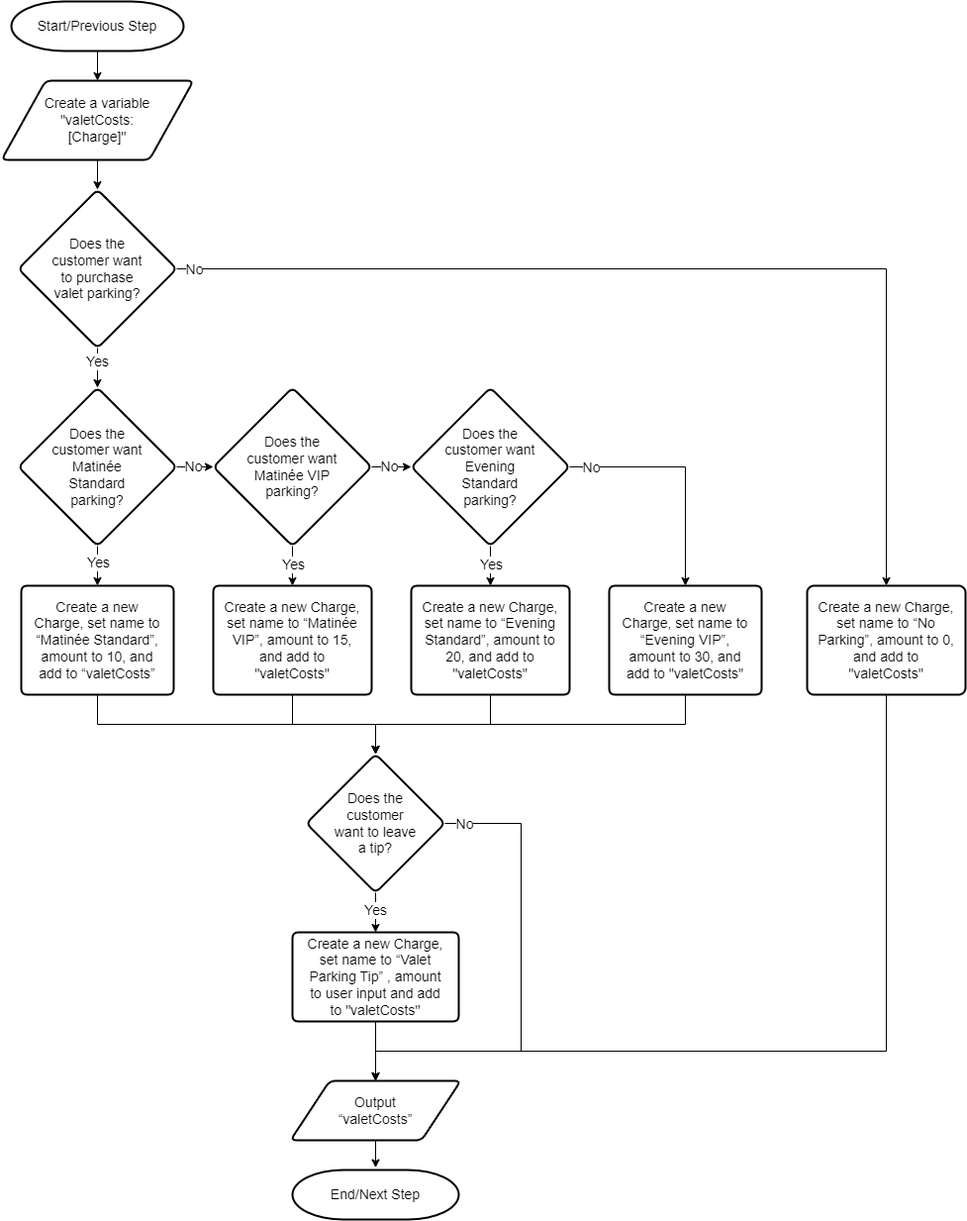
This is APS145NFF/W5/logic1-Luca Novello_part5.png from lucanovello/Winter-2024, a draw.io export, as it was before one commit. Source tidied: cells renumbered, new cells last; positions are measured from the earlier drawing's top-left corner, leaving out a move shared by most shapes.
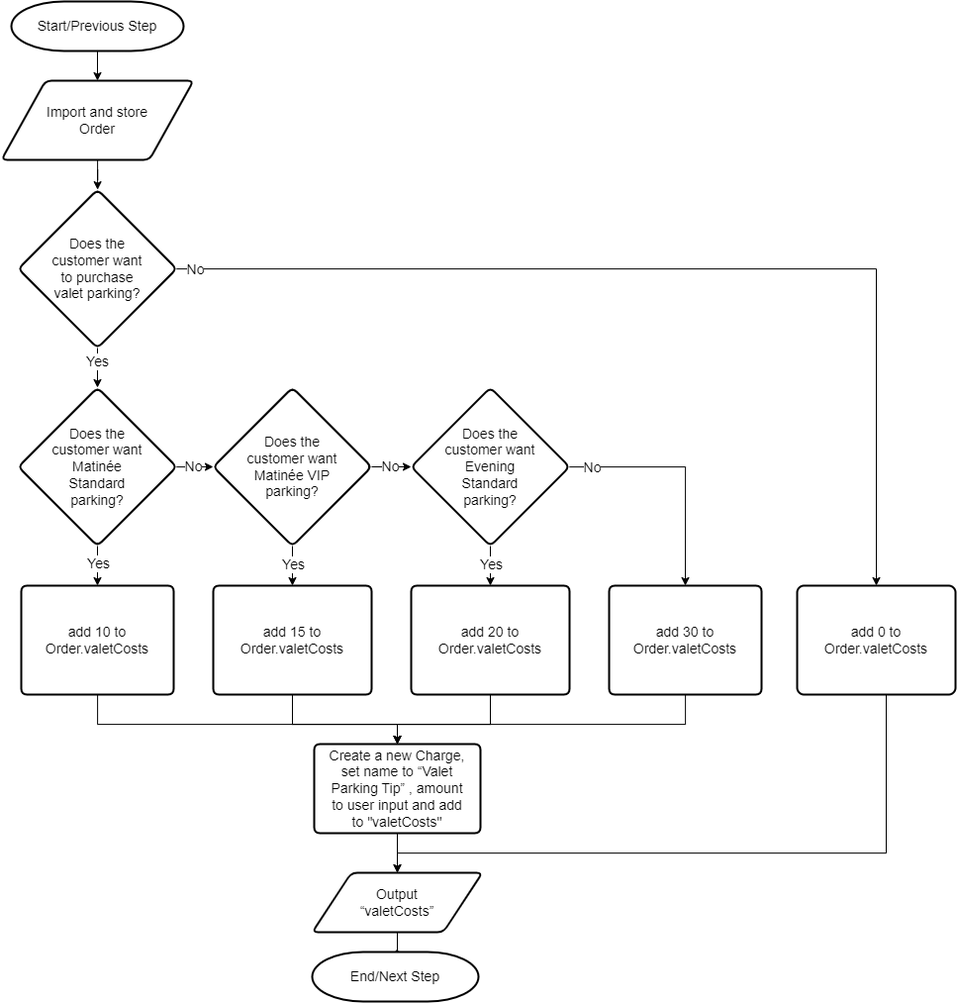
Above is the later version.

Diff of the diagram source:
```diff
@@ -31,45 +31,22 @@
       <mxGeometry relative="1" as="geometry" />
     </mxCell>
     <mxCell id="10" value="Output “valetCosts”" style="shape=parallelogram;html=1;strokeWidth=2;perimeter=parallelogramPerimeter;whiteSpace=wrap;rounded=1;arcSize=12;size=0.23;spacing=20;spacingTop=20;spacingBottom=20;spacingLeft=30;spacingRight=30;fontSize=14;" parent="1" vertex="1">
-      <mxGeometry x="292" y="1090" width="172" height="60" as="geometry" />
+      <mxGeometry x="314" y="880" width="172" height="60" as="geometry" />
     </mxCell>
     <mxCell id="11" style="edgeStyle=orthogonalEdgeStyle;rounded=0;jettySize=auto;html=1;" parent="1" edge="1" source="12" target="43">
       <mxGeometry relative="1" as="geometry" />
     </mxCell>
-    <mxCell id="12" value="&lt;div style=&quot;font-size: 14px;&quot;&gt;Create a variable &quot;valetCosts: [Charge]&quot;&lt;/div&gt;" style="shape=parallelogram;html=1;strokeWidth=2;perimeter=parallelogramPerimeter;whiteSpace=wrap;rounded=1;arcSize=12;size=0.23;spacing=20;spacingTop=20;spacingBottom=20;spacingLeft=20;spacingRight=20;fontSize=14;" parent="1" vertex="1">
+    <mxCell id="12" value="&lt;div style=&quot;font-size: 14px;&quot;&gt;Import and store Order&lt;/div&gt;" style="shape=parallelogram;html=1;strokeWidth=2;perimeter=parallelogramPerimeter;whiteSpace=wrap;rounded=1;arcSize=12;size=0.23;spacing=20;spacingTop=20;spacingBottom=20;spacingLeft=20;spacingRight=20;fontSize=14;" parent="1" vertex="1">
       <mxGeometry y="80" width="194" height="80" as="geometry" />
     </mxCell>
     <mxCell id="13" value="End/Next Step" style="strokeWidth=2;html=1;shape=mxgraph.flowchart.terminator;whiteSpace=wrap;spacing=20;spacingTop=5;spacingBottom=5;spacingLeft=5;spacingRight=5;fontSize=14;" parent="1" vertex="1">
-      <mxGeometry x="294" y="1180" width="168" height="50" as="geometry" />
+      <mxGeometry x="314" y="960" width="168" height="50" as="geometry" />
     </mxCell>
-    <mxCell id="14" style="edgeStyle=orthogonalEdgeStyle;rounded=0;jettySize=auto;html=1;entryX=0.5;entryY=0;entryDx=0;entryDy=0;fontSize=14;" parent="1" edge="1" source="18" target="10">
-      <mxGeometry relative="1" as="geometry">
-        <Array as="points">
-          <mxPoint x="525" y="830" />
-          <mxPoint x="525" y="1060" />
-          <mxPoint x="378" y="1060" />
-        </Array>
-      </mxGeometry>
-    </mxCell>
-    <mxCell id="15" value="No" style="edgeLabel;html=1;align=center;verticalAlign=middle;fontSize=14;" parent="14" vertex="1">
-      <mxGeometry x="-0.88" y="-1" relative="1" as="geometry">
-        <mxPoint x="-9" y="-1" as="offset" />
-      </mxGeometry>
-    </mxCell>
-    <mxCell id="16" style="edgeStyle=orthogonalEdgeStyle;rounded=0;jettySize=auto;html=1;fontSize=14;" parent="1" edge="1" source="18" target="20">
-      <mxGeometry relative="1" as="geometry" />
-    </mxCell>
-    <mxCell id="17" value="Yes" style="edgeLabel;html=1;align=center;verticalAlign=middle;fontSize=14;" parent="16" vertex="1">
-      <mxGeometry x="-0.13" y="-1" relative="1" as="geometry" />
-    </mxCell>
-    <mxCell id="18" value="&lt;p style=&quot;line-height: 120%; font-size: 14px;&quot;&gt;Does the customer want to leave a tip?&lt;/p&gt;" style="rhombus;whiteSpace=wrap;html=1;strokeWidth=2;rounded=1;arcSize=12;verticalAlign=middle;horizontal=1;spacing=21;spacingBottom=5;spacingTop=5;spacingLeft=5;spacingRight=5;fontSize=14;" parent="1" vertex="1">
-      <mxGeometry x="308" y="760" width="140" height="140" as="geometry" />
-    </mxCell>
     <mxCell id="19" style="edgeStyle=orthogonalEdgeStyle;rounded=0;jettySize=auto;html=1;fontSize=14;" parent="1" edge="1" source="20" target="10">
       <mxGeometry relative="1" as="geometry" />
     </mxCell>
     <mxCell id="20" value="Create a new Charge, set name to “Valet Parking Tip” , amount to user input and add to &quot;valetCosts&quot;" style="shape=parallelogram;html=1;strokeWidth=2;perimeter=parallelogramPerimeter;whiteSpace=wrap;rounded=1;arcSize=12;size=0;spacing=12;spacingLeft=0;spacingRight=0;fontSize=14;" parent="1" vertex="1">
-      <mxGeometry x="294" y="940" width="168" height="90" as="geometry" />
+      <mxGeometry x="316" y="750" width="168" height="90" as="geometry" />
     </mxCell>
     <mxCell id="21" style="edgeStyle=orthogonalEdgeStyle;rounded=0;jettySize=auto;html=1;fontSize=14;" parent="1" edge="1" source="25" target="30">
       <mxGeometry relative="1" as="geometry" />
@@ -107,38 +84,48 @@
     <mxCell id="30" value="&lt;p style=&quot;line-height: 120%; font-size: 14px;&quot;&gt;Does the customer want Evening Standard parking?&lt;/p&gt;" style="rhombus;whiteSpace=wrap;html=1;strokeWidth=2;rounded=1;arcSize=12;verticalAlign=middle;horizontal=1;spacing=21;spacingBottom=5;spacingTop=5;spacingLeft=5;spacingRight=5;fontSize=14;" parent="1" vertex="1">
       <mxGeometry x="414" y="390" width="160" height="160" as="geometry" />
     </mxCell>
-    <mxCell id="31" style="edgeStyle=orthogonalEdgeStyle;rounded=0;jettySize=auto;html=1;entryX=0.5;entryY=0;entryDx=0;entryDy=0;fontSize=14;" parent="1" edge="1" source="32" target="18">
-      <mxGeometry relative="1" as="geometry">
-        <Array as="points">
-          <mxPoint x="97" y="730" />
-          <mxPoint x="378" y="730" />
-        </Array>
-      </mxGeometry>
-    </mxCell>
+    <mxCell id="46" style="edgeStyle=orthogonalEdgeStyle;rounded=0;jettySize=auto;html=1;entryX=0.5;entryY=0;entryDx=0;entryDy=0;" parent="1" edge="1" source="32" target="20">
+      <mxGeometry relative="1" as="geometry">
+        <Array as="points">
+          <mxPoint x="97" y="730" />
+          <mxPoint x="400" y="730" />
+        </Array>
+      </mxGeometry>
+    </mxCell>
-    <mxCell id="32" value="Create a new Charge, set name to “Matinée Standard”, amount to 10, and add to “valetCosts”" style="shape=parallelogram;html=1;strokeWidth=2;perimeter=parallelogramPerimeter;whiteSpace=wrap;rounded=1;arcSize=12;size=0;spacing=12;spacingLeft=0;spacingRight=0;fontSize=14;" parent="1" vertex="1">
+    <mxCell id="32" value="add 10 to Order.valetCosts" style="shape=parallelogram;html=1;strokeWidth=2;perimeter=parallelogramPerimeter;whiteSpace=wrap;rounded=1;arcSize=12;size=0;spacing=12;spacingLeft=0;spacingRight=0;fontSize=14;" parent="1" vertex="1">
       <mxGeometry x="20" y="590" width="154" height="110" as="geometry" />
     </mxCell>
-    <mxCell id="33" style="edgeStyle=orthogonalEdgeStyle;rounded=0;jettySize=auto;html=1;entryX=0.5;entryY=0;entryDx=0;entryDy=0;fontSize=14;" parent="1" edge="1" source="34" target="18">
-      <mxGeometry relative="1" as="geometry" />
-    </mxCell>
+    <mxCell id="47" style="edgeStyle=orthogonalEdgeStyle;rounded=0;jettySize=auto;html=1;entryX=0.5;entryY=0;entryDx=0;entryDy=0;" parent="1" edge="1" source="34" target="20">
+      <mxGeometry relative="1" as="geometry">
+        <Array as="points">
+          <mxPoint x="294" y="730" />
+          <mxPoint x="400" y="730" />
+        </Array>
+      </mxGeometry>
+    </mxCell>
-    <mxCell id="34" value="Create a new Charge, set name to “Matinée VIP”, amount to 15, and add to &quot;valetCosts&quot;" style="shape=parallelogram;html=1;strokeWidth=2;perimeter=parallelogramPerimeter;whiteSpace=wrap;rounded=1;arcSize=12;size=0;spacing=12;spacingLeft=0;spacingRight=0;fontSize=14;" parent="1" vertex="1">
+    <mxCell id="34" value="add 15 to Order.valetCosts" style="shape=parallelogram;html=1;strokeWidth=2;perimeter=parallelogramPerimeter;whiteSpace=wrap;rounded=1;arcSize=12;size=0;spacing=12;spacingLeft=0;spacingRight=0;fontSize=14;" parent="1" vertex="1">
       <mxGeometry x="214" y="590" width="160" height="110" as="geometry" />
     </mxCell>
-    <mxCell id="35" style="edgeStyle=orthogonalEdgeStyle;rounded=0;jettySize=auto;html=1;entryX=0.5;entryY=0;entryDx=0;entryDy=0;fontSize=14;" parent="1" edge="1" source="36" target="18">
-      <mxGeometry relative="1" as="geometry" />
-    </mxCell>
+    <mxCell id="48" style="edgeStyle=orthogonalEdgeStyle;rounded=0;jettySize=auto;html=1;entryX=0.5;entryY=0;entryDx=0;entryDy=0;" parent="1" edge="1" source="36" target="20">
+      <mxGeometry relative="1" as="geometry">
+        <Array as="points">
+          <mxPoint x="494" y="730" />
+          <mxPoint x="400" y="730" />
+        </Array>
+      </mxGeometry>
+    </mxCell>
-    <mxCell id="36" value="Create a new Charge, set name to “Evening Standard”, amount to 20, and add to &quot;valetCosts&quot;" style="shape=parallelogram;html=1;strokeWidth=2;perimeter=parallelogramPerimeter;whiteSpace=wrap;rounded=1;arcSize=12;size=0;spacing=12;spacingLeft=0;spacingRight=0;fontSize=14;" parent="1" vertex="1">
+    <mxCell id="36" value="add 20 to Order.valetCosts" style="shape=parallelogram;html=1;strokeWidth=2;perimeter=parallelogramPerimeter;whiteSpace=wrap;rounded=1;arcSize=12;size=0;spacing=12;spacingLeft=0;spacingRight=0;fontSize=14;" parent="1" vertex="1">
       <mxGeometry x="414" y="590" width="160" height="110" as="geometry" />
     </mxCell>
-    <mxCell id="37" style="edgeStyle=orthogonalEdgeStyle;rounded=0;jettySize=auto;html=1;entryX=0.5;entryY=0;entryDx=0;entryDy=0;fontSize=14;exitX=0.5;exitY=1;exitDx=0;exitDy=0;" parent="1" edge="1" source="38" target="18">
-      <mxGeometry relative="1" as="geometry">
-        <Array as="points">
-          <mxPoint x="691" y="730" />
-          <mxPoint x="378" y="730" />
-        </Array>
-      </mxGeometry>
-    </mxCell>
+    <mxCell id="49" style="edgeStyle=orthogonalEdgeStyle;rounded=0;jettySize=auto;html=1;entryX=0.5;entryY=0;entryDx=0;entryDy=0;" parent="1" edge="1" source="38" target="20">
+      <mxGeometry relative="1" as="geometry">
+        <Array as="points">
+          <mxPoint x="691" y="730" />
+          <mxPoint x="400" y="730" />
+        </Array>
+      </mxGeometry>
+    </mxCell>
-    <mxCell id="38" value="Create a new Charge, set name to “Evening VIP”, amount to 30, and add to &quot;valetCosts&quot;" style="shape=parallelogram;html=1;strokeWidth=2;perimeter=parallelogramPerimeter;whiteSpace=wrap;rounded=1;arcSize=12;size=0;spacing=12;spacingLeft=0;spacingRight=0;fontSize=14;" parent="1" vertex="1">
+    <mxCell id="38" value="add 30 to Order.valetCosts" style="shape=parallelogram;html=1;strokeWidth=2;perimeter=parallelogramPerimeter;whiteSpace=wrap;rounded=1;arcSize=12;size=0;spacing=12;spacingLeft=0;spacingRight=0;fontSize=14;" parent="1" vertex="1">
       <mxGeometry x="614" y="590" width="154" height="110" as="geometry" />
     </mxCell>
     <mxCell id="39" style="edgeStyle=orthogonalEdgeStyle;rounded=0;jettySize=auto;html=1;entryX=0.5;entryY=0;entryDx=0;entryDy=0;fontSize=14;" parent="1" edge="1" source="43" target="45">
@@ -161,13 +148,13 @@
     <mxCell id="44" style="edgeStyle=orthogonalEdgeStyle;rounded=0;jettySize=auto;html=1;entryX=0.5;entryY=0;entryDx=0;entryDy=0;" parent="1" edge="1" source="45" target="10">
       <mxGeometry relative="1" as="geometry">
         <Array as="points">
-          <mxPoint x="894" y="1060" />
-          <mxPoint x="378" y="1060" />
+          <mxPoint x="894" y="860" />
+          <mxPoint x="400" y="860" />
         </Array>
       </mxGeometry>
     </mxCell>
-    <mxCell id="45" value="Create a new Charge, set name to “No Parking”, amount to 0, and add to &quot;valetCosts&quot;" style="rounded=1;whiteSpace=wrap;html=1;absoluteArcSize=1;arcSize=14;strokeWidth=2;spacing=10;spacingTop=0;spacingBottom=0;spacingLeft=0;spacingRight=0;fontSize=14;" parent="1" vertex="1">
-      <mxGeometry x="814" y="590" width="160" height="110" as="geometry" />
+    <mxCell id="45" value="add 0 to Order.valetCosts" style="rounded=1;whiteSpace=wrap;html=1;absoluteArcSize=1;arcSize=14;strokeWidth=2;spacing=10;spacingTop=0;spacingBottom=0;spacingLeft=0;spacingRight=0;fontSize=14;" parent="1" vertex="1">
+      <mxGeometry x="804" y="590" width="160" height="110" as="geometry" />
     </mxCell>
   </root>
 </mxGraphModel>
```
